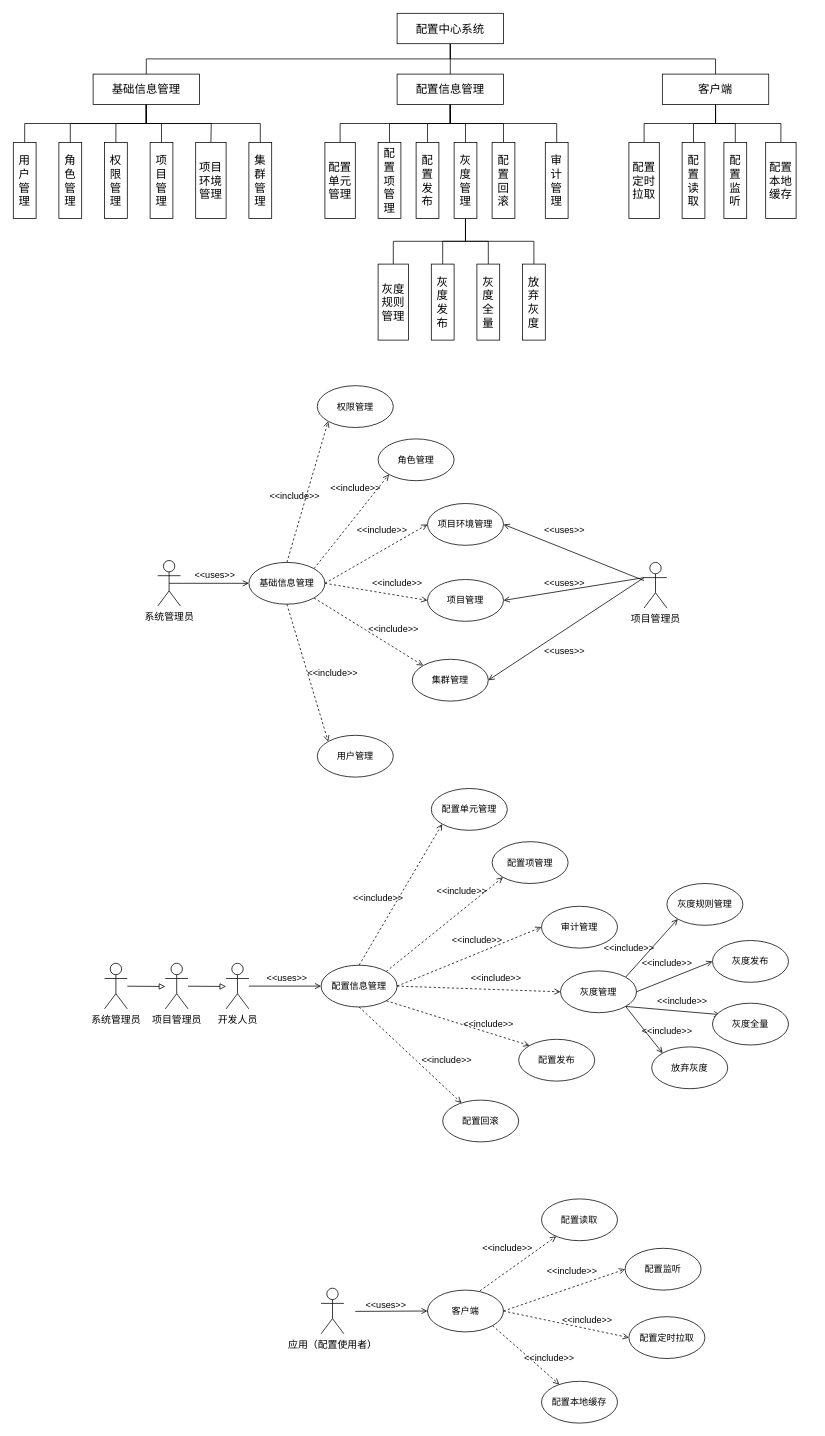
Earlier version of the draw.io diagram page "用例图" (10 of 12) of Untitled Diagram.drawio (WWj5921/ConfigCenter). Source tidied: cells renumbered, new cells numbered last; positions are measured from the earlier drawing's top-left corner, leaving out a move shared by most shapes. Both pictures are drawn from the tidied source at 76%, with x=0, y=0 at pixel (13, 13).
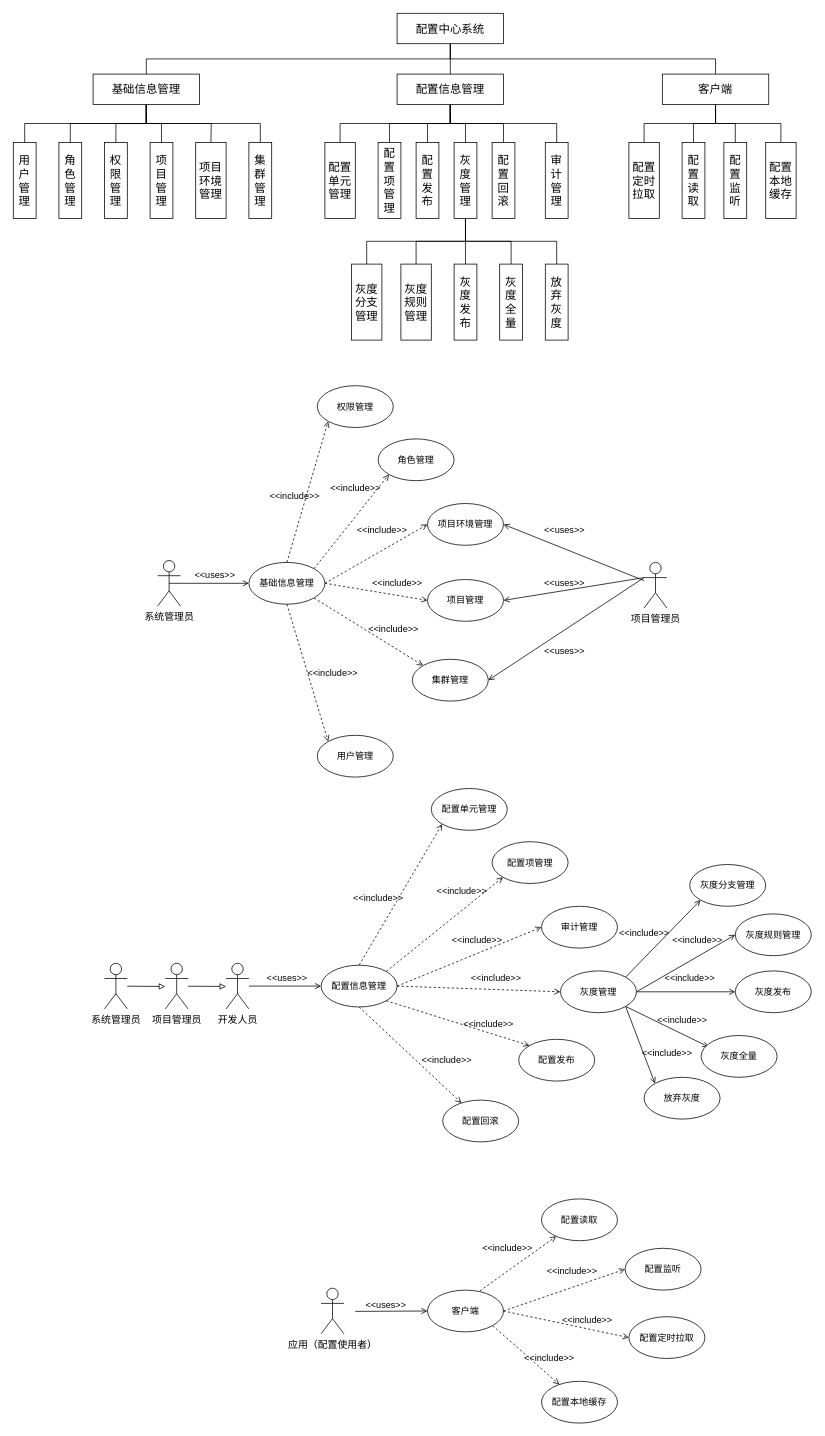
The same diagram, later.

Unchanged cells that the change refers to:
```xml
<mxCell id="42" value="灰度管理" style="rounded=0;whiteSpace=wrap;html=1;fontSize=15;fontColor=#000000;" parent="1" vertex="1">
  <mxGeometry x="580" y="170" width="30" height="100" as="geometry" />
</mxCell>
<mxCell id="95" value="灰度管理" style="ellipse;whiteSpace=wrap;html=1;" parent="1" vertex="1">
  <mxGeometry x="720" y="1260" width="100" height="55" as="geometry" />
</mxCell>
```

What changed in the source:
```diff
@@
+    <mxCell id="132" style="edgeStyle=orthogonalEdgeStyle;rounded=0;jettySize=auto;html=1;exitX=0.5;exitY=1;exitDx=0;exitDy=0;entryX=0.5;entryY=0;entryDx=0;entryDy=0;endArrow=none;endFill=0;strokeWidth=1;" parent="1" edge="1" source="42" target="134">
+      <mxGeometry relative="1" as="geometry" />
+    </mxCell>
@@
     <mxCell id="43" value="放弃灰度" style="rounded=0;whiteSpace=wrap;html=1;fontSize=15;fontColor=#000000;" parent="1" vertex="1">
-      <mxGeometry x="670" y="330" width="30" height="100" as="geometry" />
+      <mxGeometry x="700" y="330" width="30" height="100" as="geometry" />
     </mxCell>
     <mxCell id="44" value="灰度全量" style="rounded=0;whiteSpace=wrap;html=1;fontSize=15;fontColor=#000000;" parent="1" vertex="1">
-      <mxGeometry x="610" y="330" width="30" height="100" as="geometry" />
+      <mxGeometry x="640" y="330" width="30" height="100" as="geometry" />
     </mxCell>
     <mxCell id="45" value="灰度发布" style="rounded=0;whiteSpace=wrap;html=1;fontSize=15;fontColor=#000000;" parent="1" vertex="1">
-      <mxGeometry x="550" y="330" width="30" height="100" as="geometry" />
+      <mxGeometry x="580" y="330" width="30" height="100" as="geometry" />
     </mxCell>
     <mxCell id="46" value="灰度规则管理" style="rounded=0;whiteSpace=wrap;html=1;fontSize=15;fontColor=#000000;" parent="1" vertex="1">
-      <mxGeometry x="480" y="330" width="40" height="100" as="geometry" />
+      <mxGeometry x="510" y="330" width="40" height="100" as="geometry" />
     </mxCell>
@@
+    <mxCell id="133" style="edgeStyle=none;rounded=0;jettySize=auto;html=1;exitX=1;exitY=0.5;exitDx=0;exitDy=0;endArrow=open;endFill=0;strokeWidth=1;entryX=0;entryY=0.5;entryDx=0;entryDy=0;" parent="1" edge="1" source="95" target="135">
+      <mxGeometry relative="1" as="geometry" />
+    </mxCell>
@@
     <mxCell id="107" value="灰度发布" style="ellipse;whiteSpace=wrap;html=1;" parent="1" vertex="1">
-      <mxGeometry x="920" y="1220" width="100" height="55" as="geometry" />
+      <mxGeometry x="950" y="1260" width="100" height="55" as="geometry" />
     </mxCell>
     <mxCell id="108" value="放弃灰度" style="ellipse;whiteSpace=wrap;html=1;" parent="1" vertex="1">
-      <mxGeometry x="840" y="1360" width="100" height="55" as="geometry" />
+      <mxGeometry x="830" y="1400" width="100" height="55" as="geometry" />
     </mxCell>
-    <mxCell id="109" value="灰度规则管理" style="ellipse;whiteSpace=wrap;html=1;" parent="1" vertex="1">
-      <mxGeometry x="860" y="1145" width="100" height="55" as="geometry" />
+    <mxCell id="109" value="灰度分支管理" style="ellipse;whiteSpace=wrap;html=1;" parent="1" vertex="1">
+      <mxGeometry x="890" y="1120" width="100" height="55" as="geometry" />
     </mxCell>
     <mxCell id="110" value="灰度全量" style="ellipse;whiteSpace=wrap;html=1;" parent="1" vertex="1">
-      <mxGeometry x="920" y="1302.5" width="100" height="55" as="geometry" />
+      <mxGeometry x="905" y="1345" width="100" height="55" as="geometry" />
     </mxCell>
@@
     <mxCell id="128" value="&amp;lt;&amp;lt;include&amp;gt;&amp;gt;" style="text;html=1;align=center;verticalAlign=middle;strokeColor=none;fillColor=none;" parent="1" vertex="1">
-      <mxGeometry x="770" y="1220" width="80" height="20" as="geometry" />
+      <mxGeometry x="790" y="1200" width="80" height="20" as="geometry" />
     </mxCell>
     <mxCell id="129" value="&amp;lt;&amp;lt;include&amp;gt;&amp;gt;" style="text;html=1;align=center;verticalAlign=middle;strokeColor=none;fillColor=none;" parent="1" vertex="1">
-      <mxGeometry x="820" y="1240" width="80" height="20" as="geometry" />
+      <mxGeometry x="850" y="1260" width="80" height="20" as="geometry" />
     </mxCell>
     <mxCell id="130" value="&amp;lt;&amp;lt;include&amp;gt;&amp;gt;" style="text;html=1;align=center;verticalAlign=middle;strokeColor=none;fillColor=none;" parent="1" vertex="1">
-      <mxGeometry x="840" y="1290" width="80" height="20" as="geometry" />
+      <mxGeometry x="840" y="1315" width="80" height="20" as="geometry" />
     </mxCell>
     <mxCell id="131" value="&amp;lt;&amp;lt;include&amp;gt;&amp;gt;" style="text;html=1;align=center;verticalAlign=middle;strokeColor=none;fillColor=none;" parent="1" vertex="1">
-      <mxGeometry x="820" y="1330" width="80" height="20" as="geometry" />
+      <mxGeometry x="820" y="1357.5" width="80" height="20" as="geometry" />
     </mxCell>
+    <mxCell id="134" value="灰度分支管理" style="rounded=0;whiteSpace=wrap;html=1;fontSize=15;fontColor=#000000;" parent="1" vertex="1">
+      <mxGeometry x="445" y="330" width="40" height="100" as="geometry" />
+    </mxCell>
+    <mxCell id="135" value="灰度规则管理" style="ellipse;whiteSpace=wrap;html=1;" parent="1" vertex="1">
+      <mxGeometry x="950" y="1185" width="100" height="55" as="geometry" />
+    </mxCell>
+    <mxCell id="136" value="&amp;lt;&amp;lt;include&amp;gt;&amp;gt;" style="text;html=1;align=center;verticalAlign=middle;strokeColor=none;fillColor=none;" parent="1" vertex="1">
+      <mxGeometry x="860" y="1210" width="80" height="20" as="geometry" />
+    </mxCell>
```
